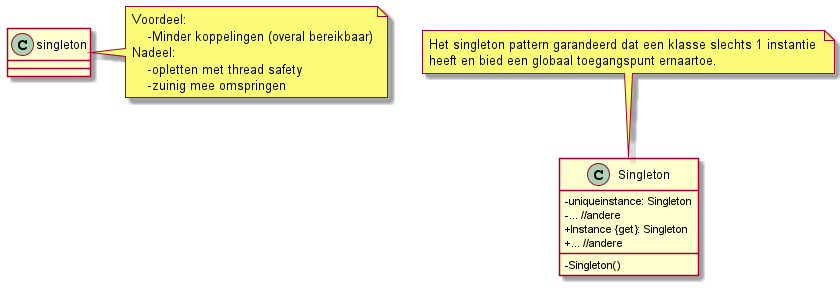
Kaguya268/Kaguya268.github.io keeps this PlantUML diagram as img/img2/Singleton.png. Above is the earlier version.
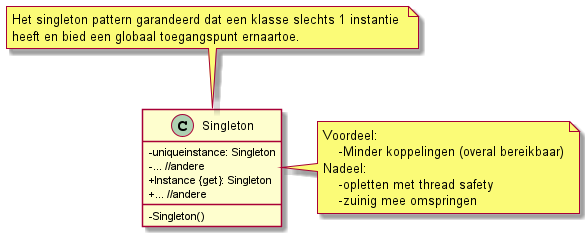
After the commit.

Diff of the diagram source:
```diff
@@ -12,7 +12,7 @@
     Het singleton pattern garandeerd dat een klasse slechts 1 instantie
     heeft en bied een globaal toegangspunt ernaartoe.
 }
-note right of singleton{
+note right of Singleton{
     Voordeel:
         -Minder koppelingen (overal bereikbaar)
     Nadeel:
```
